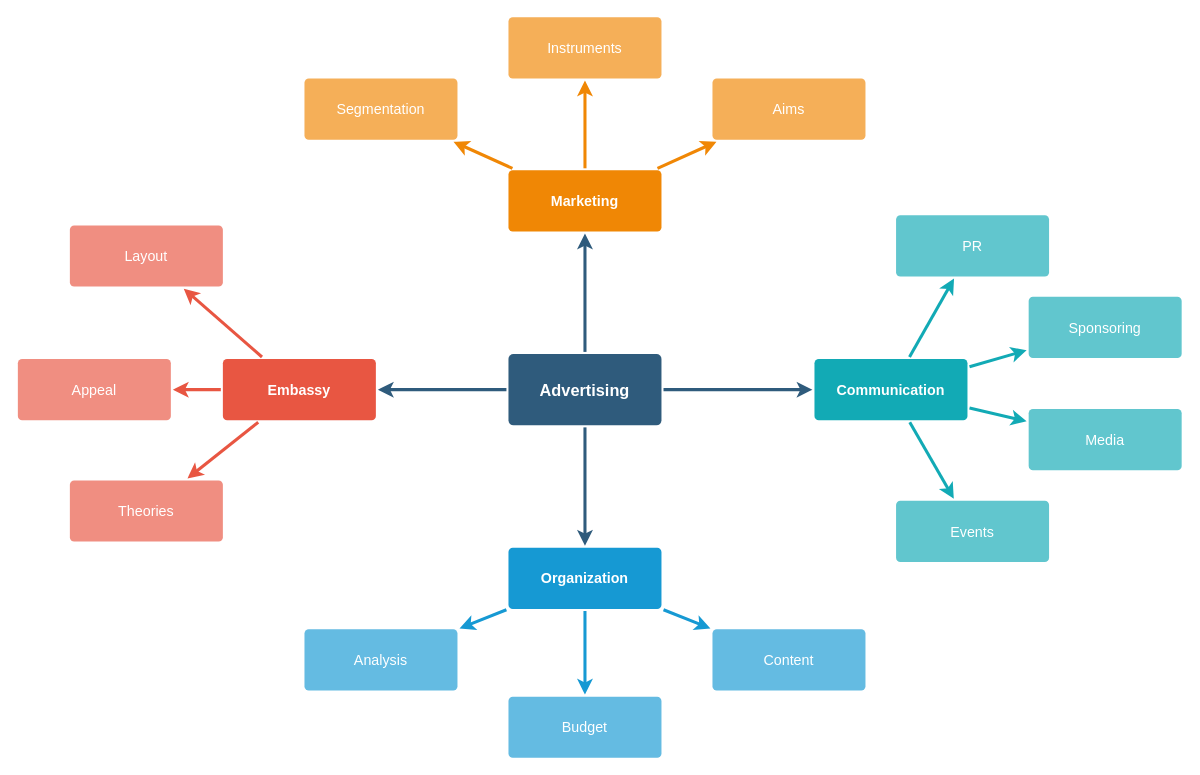
Earlier version of the draw.io diagram Untitled Diagram.drawio (jirito/program-model). Source tidied: cells renumbered, new cells numbered last; positions are measured from the earlier drawing's top-left corner, leaving out a move shared by most shapes. Both pictures are drawn from the tidied source at 102%, with x=0, y=0 at pixel (17, 16).
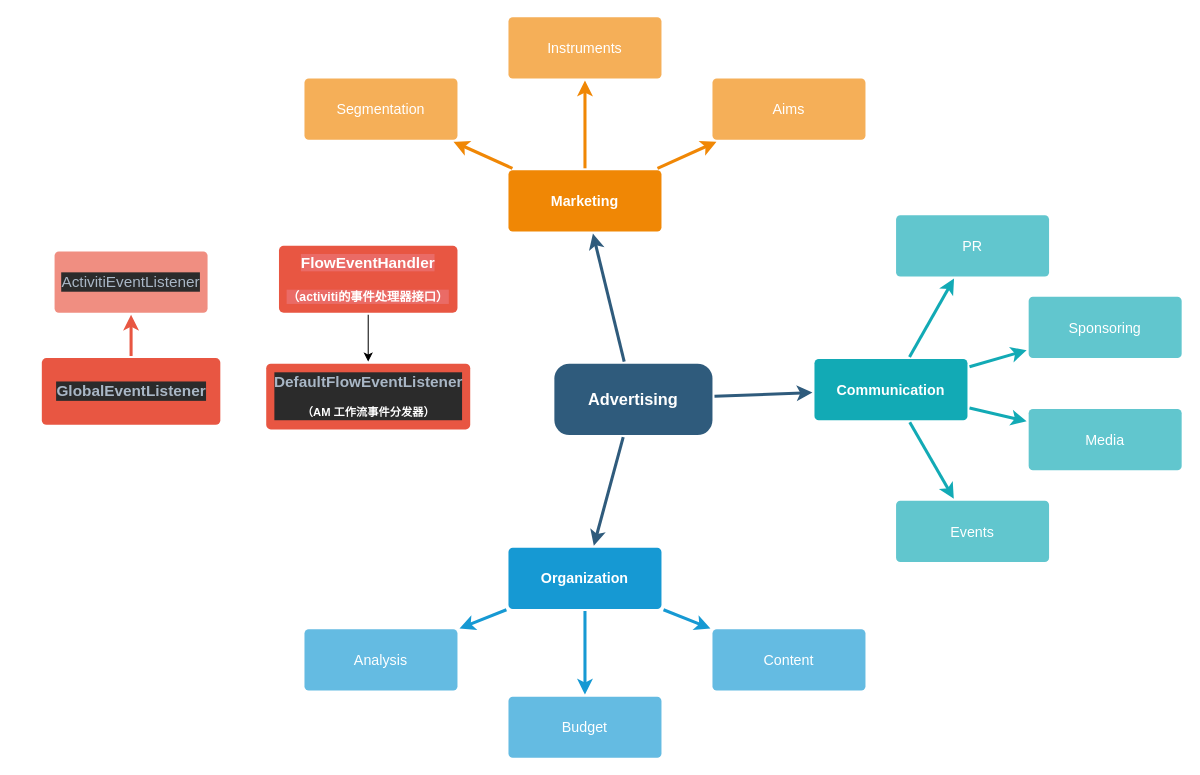
Above is the later version.

The change refers to these unchanged cells:
```xml
<mxCell id="17" value="Organization" style="rounded=1;whiteSpace=wrap;html=1;shadow=0;labelBackgroundColor=none;strokeColor=none;strokeWidth=3;fillColor=#1699d3;fontFamily=Helvetica;fontSize=14;fontColor=#FFFFFF;align=center;spacing=5;fontStyle=1;arcSize=7;perimeterSpacing=2;" parent="1" vertex="1">
  <mxGeometry x="481" y="520.5" width="150" height="60" as="geometry" />
</mxCell>
```

Diff of the diagram source:
```diff
@@
-    <mxCell id="4" style="edgeStyle=none;rounded=0;jumpStyle=none;html=1;shadow=0;labelBackgroundColor=none;startArrow=none;startFill=0;endArrow=classic;endFill=1;jettySize=auto;strokeColor=#2F5B7C;strokeWidth=3;fontFamily=Helvetica;fontSize=16;fontColor=#23445D;spacing=5;" parent="1" edge="1" source="6" target="17">
+    <mxCell id="4" style="rounded=0;jumpStyle=none;html=1;shadow=0;labelBackgroundColor=none;startArrow=none;startFill=0;endArrow=classic;endFill=1;jettySize=auto;strokeColor=#2F5B7C;strokeWidth=3;fontFamily=Helvetica;fontSize=16;fontColor=#23445D;spacing=5;" parent="1" edge="1" source="6" target="17">
       <mxGeometry relative="1" as="geometry" />
     </mxCell>
-    <mxCell id="5" style="edgeStyle=none;rounded=0;jumpStyle=none;html=1;shadow=0;labelBackgroundColor=none;startArrow=none;startFill=0;endArrow=classic;endFill=1;jettySize=auto;strokeColor=#2F5B7C;strokeWidth=3;fontFamily=Helvetica;fontSize=16;fontColor=#23445D;spacing=5;" parent="1" edge="1" source="6" target="10">
-      <mxGeometry relative="1" as="geometry" />
-    </mxCell>
-    <mxCell id="6" value="Advertising" style="rounded=1;whiteSpace=wrap;html=1;shadow=0;labelBackgroundColor=none;strokeColor=none;strokeWidth=3;fillColor=#2F5B7C;fontFamily=Helvetica;fontSize=16;fontColor=#FFFFFF;align=center;fontStyle=1;spacing=5;arcSize=7;perimeterSpacing=2;" parent="1" vertex="1">
-      <mxGeometry x="481" y="330.5" width="150" height="70" as="geometry" />
+    <mxCell id="6" value="Advertising" style="rounded=1;whiteSpace=wrap;html=1;shadow=0;labelBackgroundColor=none;strokeColor=none;strokeWidth=3;fillColor=#2F5B7C;fontFamily=Helvetica;fontSize=16;fontColor=#FFFFFF;align=center;fontStyle=1;spacing=5;arcSize=21;perimeterSpacing=2;" parent="1" vertex="1">
+      <mxGeometry x="526" y="340" width="155" height="70" as="geometry" />
     </mxCell>
-    <mxCell id="7" style="edgeStyle=none;rounded=1;jumpStyle=none;html=1;shadow=0;labelBackgroundColor=none;startArrow=none;startFill=0;jettySize=auto;strokeColor=#E85642;strokeWidth=3;fontFamily=Helvetica;fontSize=14;fontColor=#FFFFFF;spacing=5;fontStyle=1;fillColor=#b0e3e6;" parent="1" edge="1" source="10" target="13">
-      <mxGeometry relative="1" as="geometry" />
-    </mxCell>
@@
-    <mxCell id="9" style="edgeStyle=none;rounded=1;jumpStyle=none;html=1;shadow=0;labelBackgroundColor=none;startArrow=none;startFill=0;jettySize=auto;strokeColor=#E85642;strokeWidth=3;fontFamily=Helvetica;fontSize=14;fontColor=#FFFFFF;spacing=5;fontStyle=1;fillColor=#b0e3e6;" parent="1" edge="1" source="10" target="11">
-      <mxGeometry relative="1" as="geometry" />
-    </mxCell>
-    <mxCell id="10" value="Embassy" style="rounded=1;whiteSpace=wrap;html=1;shadow=0;labelBackgroundColor=none;strokeColor=none;strokeWidth=3;fillColor=#e85642;fontFamily=Helvetica;fontSize=14;fontColor=#FFFFFF;align=center;spacing=5;fontStyle=1;arcSize=7;perimeterSpacing=2;" parent="1" vertex="1">
-      <mxGeometry x="201" y="335.5" width="150" height="60" as="geometry" />
+    <mxCell id="10" value="&lt;pre style=&quot;background-color: #2b2b2b ; color: #a9b7c6 ; font-family: &amp;#34;jetbrains mono&amp;#34; ; font-size: 11.3pt&quot;&gt;GlobalEventListener&lt;/pre&gt;" style="rounded=1;whiteSpace=wrap;html=1;shadow=0;labelBackgroundColor=none;strokeColor=none;strokeWidth=3;fillColor=#e85642;fontFamily=Helvetica;fontSize=14;fontColor=#FFFFFF;align=center;spacing=5;fontStyle=1;arcSize=7;perimeterSpacing=2;" parent="1" vertex="1">
+      <mxGeometry x="23.5" y="334.5" width="175" height="65.5" as="geometry" />
     </mxCell>
-    <mxCell id="11" value="Theories" style="rounded=1;whiteSpace=wrap;html=1;shadow=0;labelBackgroundColor=none;strokeColor=none;strokeWidth=3;fillColor=#f08e81;fontFamily=Helvetica;fontSize=14;fontColor=#FFFFFF;align=center;spacing=5;fontStyle=0;arcSize=7;perimeterSpacing=2;" parent="1" vertex="1">
-      <mxGeometry x="51" y="454.5" width="150" height="60" as="geometry" />
-    </mxCell>
-    <mxCell id="12" value="Appeal" style="rounded=1;whiteSpace=wrap;html=1;shadow=0;labelBackgroundColor=none;strokeColor=none;strokeWidth=3;fillColor=#f08e81;fontFamily=Helvetica;fontSize=14;fontColor=#FFFFFF;align=center;spacing=5;fontStyle=0;arcSize=7;perimeterSpacing=2;" parent="1" vertex="1">
-      <mxGeometry y="335.5" width="150" height="60" as="geometry" />
+    <mxCell id="12" value="&lt;pre style=&quot;font-family: &amp;#34;jetbrains mono&amp;#34; ; font-size: 11.3pt&quot;&gt;&lt;pre style=&quot;background-color: #2b2b2b ; color: #a9b7c6 ; font-family: &amp;#34;jetbrains mono&amp;#34; ; font-size: 11.3pt&quot;&gt;ActivitiEventListener&lt;/pre&gt;&lt;/pre&gt;" style="rounded=1;whiteSpace=wrap;html=1;shadow=0;labelBackgroundColor=none;strokeColor=none;strokeWidth=3;fillColor=#f08e81;fontFamily=Helvetica;fontSize=14;fontColor=#FFFFFF;align=center;spacing=5;fontStyle=0;arcSize=7;perimeterSpacing=2;" parent="1" vertex="1">
+      <mxGeometry x="36" y="230" width="150" height="60" as="geometry" />
     </mxCell>
-    <mxCell id="13" value="Layout" style="rounded=1;whiteSpace=wrap;html=1;shadow=0;labelBackgroundColor=none;strokeColor=none;strokeWidth=3;fillColor=#f08e81;fontFamily=Helvetica;fontSize=14;fontColor=#FFFFFF;align=center;spacing=5;fontStyle=0;arcSize=7;perimeterSpacing=2;" parent="1" vertex="1">
-      <mxGeometry x="51" y="204.5" width="150" height="60" as="geometry" />
-    </mxCell>
@@
+    <mxCell id="37" style="edgeStyle=none;rounded=0;jettySize=auto;html=1;" parent="1" edge="1" source="38" target="39">
+      <mxGeometry relative="1" as="geometry" />
+    </mxCell>
+    <mxCell id="38" value="&lt;pre style=&quot;font-family: &amp;#34;jetbrains mono&amp;#34;&quot;&gt;&lt;pre style=&quot;font-size: 11.3pt ; font-family: &amp;#34;jetbrains mono&amp;#34;&quot;&gt;&lt;span style=&quot;background-color: rgb(234 , 107 , 102)&quot;&gt;FlowEventHandler&lt;/span&gt;&lt;/pre&gt;&lt;pre style=&quot;font-family: &amp;#34;jetbrains mono&amp;#34;&quot;&gt;&lt;font style=&quot;font-size: 12px ; background-color: rgb(234 , 107 , 102)&quot;&gt;（activiti的事件处理器接口）&lt;/font&gt;&lt;/pre&gt;&lt;/pre&gt;" style="rounded=1;whiteSpace=wrap;html=1;shadow=0;labelBackgroundColor=none;strokeColor=none;strokeWidth=3;fillColor=#e85642;fontFamily=Helvetica;fontSize=14;fontColor=#FFFFFF;align=center;spacing=5;fontStyle=1;arcSize=7;perimeterSpacing=2;" parent="1" vertex="1">
+      <mxGeometry x="256" y="224.5" width="175" height="65.5" as="geometry" />
+    </mxCell>
+    <mxCell id="39" value="&lt;pre style=&quot;background-color: rgb(43 , 43 , 43) ; font-family: &amp;#34;jetbrains mono&amp;#34; ; font-size: 11.3pt&quot;&gt;&lt;pre style=&quot;font-family: &amp;#34;jetbrains mono&amp;#34; ; font-size: 11.3pt&quot;&gt;&lt;pre style=&quot;color: rgb(169 , 183 , 198) ; font-family: &amp;#34;jetbrains mono&amp;#34; ; font-size: 11.3pt&quot;&gt;DefaultFlowEventListener&lt;/pre&gt;&lt;pre style=&quot;font-family: &amp;#34;jetbrains mono&amp;#34; ; font-size: 11px&quot;&gt;&lt;pre style=&quot;font-family: &amp;#34;jetbrains mono&amp;#34; ; font-size: 11px&quot;&gt;&lt;span style=&quot;font-size: 11px&quot;&gt;（AM &lt;/span&gt;&lt;span style=&quot;font-family: &amp;#34;courier new&amp;#34; ; font-size: 11px&quot;&gt;工作流事件分发器）&lt;/span&gt;&lt;/pre&gt;&lt;/pre&gt;&lt;/pre&gt;&lt;/pre&gt;" style="rounded=1;whiteSpace=wrap;html=1;shadow=0;labelBackgroundColor=none;strokeColor=none;strokeWidth=3;fillColor=#e85642;fontFamily=Helvetica;fontSize=14;fontColor=#FFFFFF;align=center;spacing=5;fontStyle=1;arcSize=7;perimeterSpacing=2;" parent="1" vertex="1">
+      <mxGeometry x="243.5" y="340" width="200" height="64.5" as="geometry" />
+    </mxCell>
```
